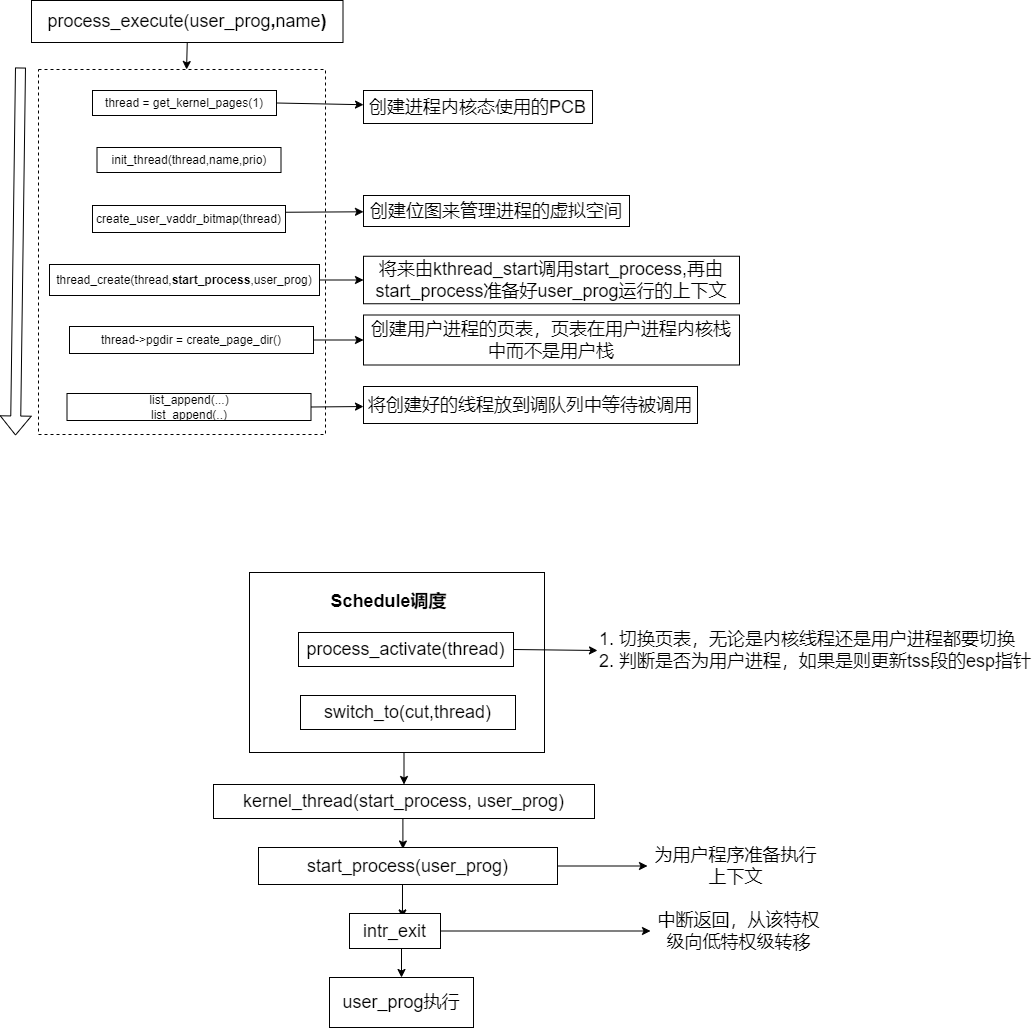
The draw.io diagram OS/实现用户线程.drawio.png in SixPlusAndTimes/drawio, before a commit. Source tidied: cells renumbered, new cells last; positions are measured from the earlier drawing's top-left corner, leaving out a move shared by most shapes.
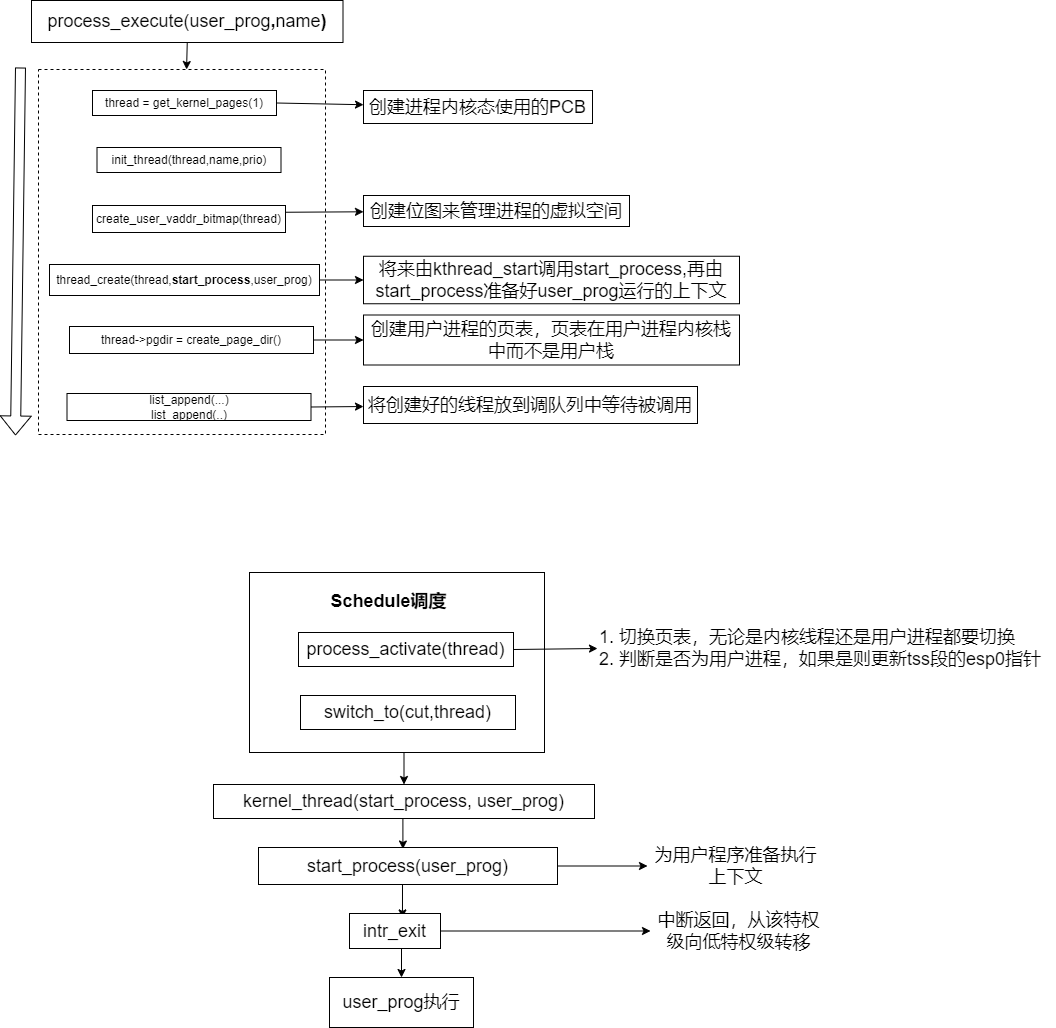
Later version of the same file.

Commit message:
Update 实现用户线程.drawio.png

What changed in the source:
```diff
@@ -116,8 +116,8 @@
     <mxCell id="38" value="为用户程序准备执行上下文" style="text;html=1;strokeColor=none;fillColor=none;align=center;verticalAlign=middle;whiteSpace=wrap;rounded=0;fontSize=18;" parent="1" vertex="1">
       <mxGeometry x="632" y="855.5" width="177" height="20" as="geometry" />
     </mxCell>
-    <mxCell id="39" value="1. 切换页表，无论是内核线程还是用户进程都要切换&lt;br&gt;2. 判断是否为用户进程，如果是则更新tss段的esp指针" style="text;html=1;strokeColor=none;fillColor=none;align=left;verticalAlign=middle;whiteSpace=wrap;rounded=0;fontSize=18;" parent="1" vertex="1">
-      <mxGeometry x="582" y="623" width="437" height="54" as="geometry" />
+    <mxCell id="39" value="1. 切换页表，无论是内核线程还是用户进程都要切换&lt;br&gt;2. 判断是否为用户进程，如果是则更新tss段的esp0指针" style="text;html=1;strokeColor=none;fillColor=none;align=left;verticalAlign=middle;whiteSpace=wrap;rounded=0;fontSize=18;" parent="1" vertex="1">
+      <mxGeometry x="582" y="623" width="457" height="50" as="geometry" />
     </mxCell>
   </root>
 </mxGraphModel>
```
